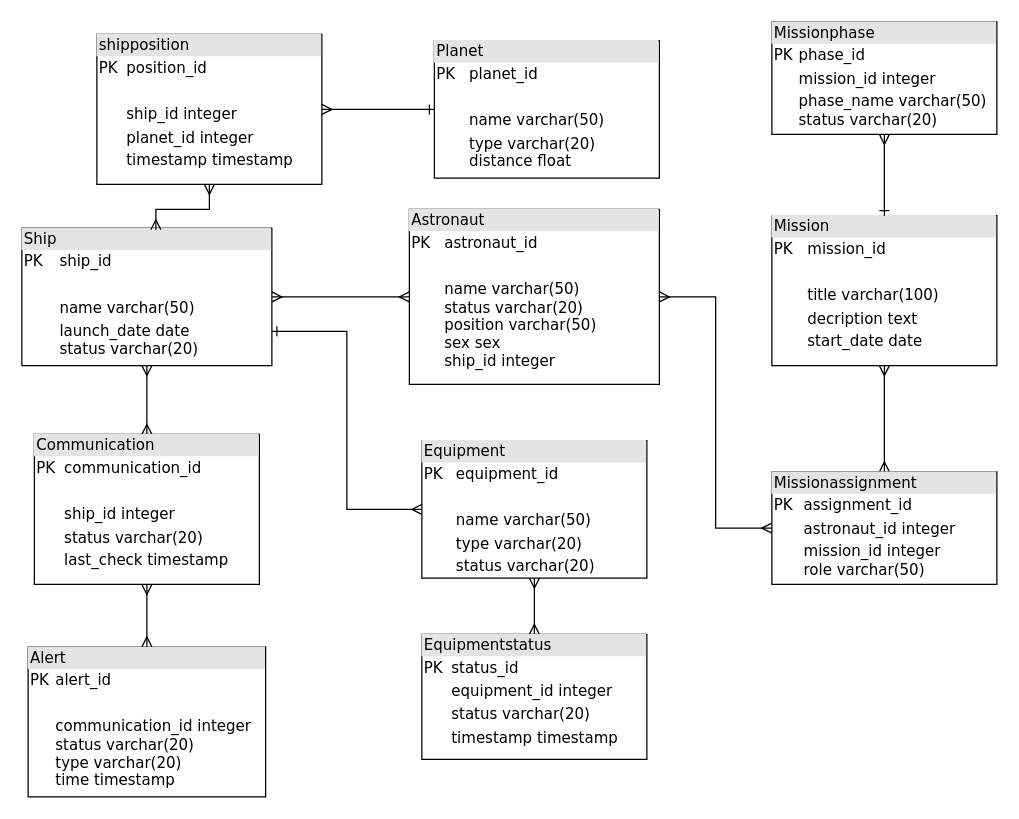
Before: Database/labs/lab1/数据图表1.drawio in ivanstylish/ITMO-Study-Note, a draw.io diagram. Source tidied: cells renumbered, new cells numbered last; positions are measured from the earlier drawing's top-left corner, leaving out a move shared by most shapes. Both pictures are drawn from the tidied source at 125%, with x=0, y=0 at pixel (21, 21).
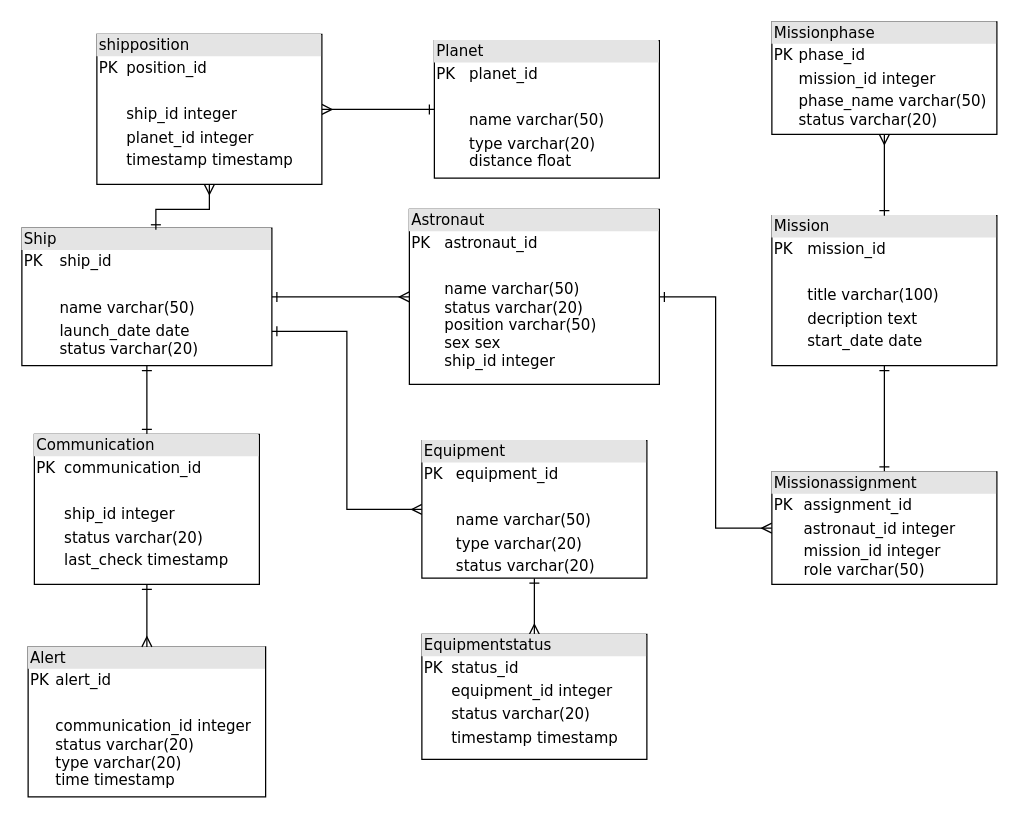
The same page after the edit.

Commit message:
更新数据图表1.drawio

The change refers to these unchanged cells:
```xml
<mxCell id="3" value="&lt;div style=&quot;box-sizing: border-box; width: 100%; background: rgb(228, 228, 228); padding: 2px;&quot;&gt;Astronaut&lt;/div&gt;&lt;table style=&quot;width:100%;font-size:1em;&quot; cellpadding=&quot;2&quot; cellspacing=&quot;0&quot;&gt;&lt;tbody&gt;&lt;tr&gt;&lt;td&gt;PK&lt;/td&gt;&lt;td&gt;astronaut_id&amp;nbsp;&lt;/td&gt;&lt;/tr&gt;&lt;tr&gt;&lt;td&gt;&lt;br&gt;&lt;/td&gt;&lt;td&gt;&lt;br&gt;&lt;/td&gt;&lt;/tr&gt;&lt;tr&gt;&lt;td&gt;&lt;/td&gt;&lt;td&gt;name varchar(50)&lt;br&gt;status varchar(20)&lt;br&gt;position varchar(50)&lt;br&gt;sex sex&lt;br&gt;ship_id integer&lt;/td&gt;&lt;/tr&gt;&lt;/tbody&gt;&lt;/table&gt;" style="verticalAlign=top;align=left;overflow=fill;html=1;rounded=0;shadow=0;comic=0;labelBackgroundColor=none;strokeWidth=1;fontFamily=Verdana;fontSize=12;" parent="1" vertex="1">
  <mxGeometry x="310" y="150" width="200" height="140" as="geometry" />
</mxCell>
<mxCell id="5" value="&lt;div style=&quot;box-sizing: border-box; width: 100%; background: rgb(228, 228, 228); padding: 2px;&quot;&gt;shipposition&lt;/div&gt;&lt;table style=&quot;width: 100% ; font-size: 1em&quot; cellpadding=&quot;2&quot; cellspacing=&quot;0&quot;&gt;&lt;tbody&gt;&lt;tr&gt;&lt;td&gt;PK&lt;/td&gt;&lt;td&gt;position_id&lt;/td&gt;&lt;/tr&gt;&lt;tr&gt;&lt;td&gt;&lt;br&gt;&lt;/td&gt;&lt;td&gt;&lt;br&gt;&lt;/td&gt;&lt;/tr&gt;&lt;tr&gt;&lt;td&gt;&lt;/td&gt;&lt;td&gt;ship_id integer&lt;/td&gt;&lt;/tr&gt;&lt;tr&gt;&lt;td&gt;&lt;br&gt;&lt;/td&gt;&lt;td&gt;planet_id integer&lt;/td&gt;&lt;/tr&gt;&lt;tr&gt;&lt;td&gt;&lt;br&gt;&lt;/td&gt;&lt;td&gt;timestamp timestamp&lt;/td&gt;&lt;/tr&gt;&lt;tr&gt;&lt;td&gt;&lt;br&gt;&lt;/td&gt;&lt;td&gt;&lt;br&gt;&lt;/td&gt;&lt;/tr&gt;&lt;/tbody&gt;&lt;/table&gt;" style="verticalAlign=top;align=left;overflow=fill;html=1;rounded=0;shadow=0;comic=0;labelBackgroundColor=none;strokeWidth=1;fontFamily=Verdana;fontSize=12;" parent="1" vertex="1">
  <mxGeometry x="60" y="10" width="180" height="120" as="geometry" />
</mxCell>
<mxCell id="10" value="&lt;div style=&quot;box-sizing: border-box; width: 100%; background: rgb(228, 228, 228); padding: 2px;&quot;&gt;Ship&lt;/div&gt;&lt;table style=&quot;width: 100% ; font-size: 1em&quot; cellpadding=&quot;2&quot; cellspacing=&quot;0&quot;&gt;&lt;tbody&gt;&lt;tr&gt;&lt;td&gt;PK&lt;/td&gt;&lt;td&gt;ship_id&amp;nbsp;&lt;/td&gt;&lt;/tr&gt;&lt;tr&gt;&lt;td&gt;&lt;/td&gt;&lt;td&gt;&lt;br&gt;&lt;/td&gt;&lt;/tr&gt;&lt;tr&gt;&lt;td&gt;&lt;/td&gt;&lt;td&gt;name varchar(50)&lt;/td&gt;&lt;/tr&gt;&lt;tr&gt;&lt;td&gt;&lt;br&gt;&lt;/td&gt;&lt;td&gt;launch_date date&lt;br&gt;status varchar(20)&lt;br&gt;&lt;/td&gt;&lt;/tr&gt;&lt;/tbody&gt;&lt;/table&gt;" style="verticalAlign=top;align=left;overflow=fill;html=1;rounded=0;shadow=0;comic=0;labelBackgroundColor=none;strokeWidth=1;fontFamily=Verdana;fontSize=12;" parent="1" vertex="1">
  <mxGeometry y="165" width="200" height="110" as="geometry" />
</mxCell>
<mxCell id="11" value="&lt;div style=&quot;box-sizing: border-box; width: 100%; background: rgb(228, 228, 228); padding: 2px;&quot;&gt;Alert&lt;/div&gt;&lt;table style=&quot;width:100%;font-size:1em;&quot; cellpadding=&quot;2&quot; cellspacing=&quot;0&quot;&gt;&lt;tbody&gt;&lt;tr&gt;&lt;td&gt;PK&lt;/td&gt;&lt;td&gt;alert_id&lt;/td&gt;&lt;/tr&gt;&lt;tr&gt;&lt;td&gt;&lt;br&gt;&lt;/td&gt;&lt;td&gt;&lt;br&gt;&lt;/td&gt;&lt;/tr&gt;&lt;tr&gt;&lt;td&gt;&lt;/td&gt;&lt;td&gt;communication_id integer&lt;br&gt;status varchar(20)&lt;br&gt;type varchar(20)&lt;br&gt;time timestamp&lt;/td&gt;&lt;/tr&gt;&lt;/tbody&gt;&lt;/table&gt;" style="verticalAlign=top;align=left;overflow=fill;html=1;rounded=0;shadow=0;comic=0;labelBackgroundColor=none;strokeWidth=1;fontFamily=Verdana;fontSize=12;" parent="1" vertex="1">
  <mxGeometry x="5" y="500" width="190" height="120" as="geometry" />
</mxCell>
<mxCell id="13" value="&lt;div style=&quot;box-sizing: border-box; width: 100%; background: rgb(228, 228, 228); padding: 2px;&quot;&gt;Equipment&lt;/div&gt;&lt;table style=&quot;width: 100% ; font-size: 1em&quot; cellpadding=&quot;2&quot; cellspacing=&quot;0&quot;&gt;&lt;tbody&gt;&lt;tr&gt;&lt;td&gt;PK&lt;/td&gt;&lt;td&gt;equipment_id&lt;/td&gt;&lt;/tr&gt;&lt;tr&gt;&lt;td&gt;&lt;br&gt;&lt;/td&gt;&lt;td&gt;&lt;br&gt;&lt;/td&gt;&lt;/tr&gt;&lt;tr&gt;&lt;td&gt;&lt;/td&gt;&lt;td&gt;name varchar(50)&lt;/td&gt;&lt;/tr&gt;&lt;tr&gt;&lt;td&gt;&lt;br&gt;&lt;/td&gt;&lt;td&gt;type varchar(20)&lt;/td&gt;&lt;/tr&gt;&lt;tr&gt;&lt;td&gt;&lt;br&gt;&lt;/td&gt;&lt;td&gt;status varchar(20)&lt;/td&gt;&lt;/tr&gt;&lt;/tbody&gt;&lt;/table&gt;" style="verticalAlign=top;align=left;overflow=fill;html=1;rounded=0;shadow=0;comic=0;labelBackgroundColor=none;strokeWidth=1;fontFamily=Verdana;fontSize=12;" parent="1" vertex="1">
  <mxGeometry x="320" y="335" width="180" height="110" as="geometry" />
</mxCell>
<mxCell id="15" value="&lt;div style=&quot;box-sizing: border-box; width: 100%; background: rgb(228, 228, 228); padding: 2px;&quot;&gt;Mission&lt;/div&gt;&lt;table style=&quot;width: 100% ; font-size: 1em&quot; cellpadding=&quot;2&quot; cellspacing=&quot;0&quot;&gt;&lt;tbody&gt;&lt;tr&gt;&lt;td&gt;PK&lt;/td&gt;&lt;td&gt;mission_id&lt;/td&gt;&lt;/tr&gt;&lt;tr&gt;&lt;td&gt;&lt;br&gt;&lt;/td&gt;&lt;td&gt;&lt;br&gt;&lt;/td&gt;&lt;/tr&gt;&lt;tr&gt;&lt;td&gt;&lt;/td&gt;&lt;td&gt;title varchar(100)&lt;/td&gt;&lt;/tr&gt;&lt;tr&gt;&lt;td&gt;&lt;br&gt;&lt;/td&gt;&lt;td&gt;decription text&lt;/td&gt;&lt;/tr&gt;&lt;tr&gt;&lt;td&gt;&lt;br&gt;&lt;/td&gt;&lt;td&gt;start_date date&lt;/td&gt;&lt;/tr&gt;&lt;tr&gt;&lt;td&gt;&lt;/td&gt;&lt;td&gt;&lt;br&gt;&lt;/td&gt;&lt;/tr&gt;&lt;/tbody&gt;&lt;/table&gt;" style="verticalAlign=top;align=left;overflow=fill;html=1;rounded=0;shadow=0;comic=0;labelBackgroundColor=none;strokeWidth=1;fontFamily=Verdana;fontSize=12;" parent="1" vertex="1">
  <mxGeometry x="600" y="155" width="180" height="120" as="geometry" />
</mxCell>
<mxCell id="18" value="&lt;div style=&quot;box-sizing: border-box; width: 100%; background: rgb(228, 228, 228); padding: 2px;&quot;&gt;Equipmentstatus&lt;/div&gt;&lt;table style=&quot;width: 100% ; font-size: 1em&quot; cellpadding=&quot;2&quot; cellspacing=&quot;0&quot;&gt;&lt;tbody&gt;&lt;tr&gt;&lt;td&gt;PK&lt;/td&gt;&lt;td&gt;status_id&amp;nbsp;&lt;/td&gt;&lt;/tr&gt;&lt;tr&gt;&lt;td&gt;&lt;br&gt;&lt;/td&gt;&lt;td&gt;equipment_id integer&lt;/td&gt;&lt;/tr&gt;&lt;tr&gt;&lt;td&gt;&lt;/td&gt;&lt;td&gt;status varchar(20)&lt;/td&gt;&lt;/tr&gt;&lt;tr&gt;&lt;td&gt;&lt;br&gt;&lt;/td&gt;&lt;td&gt;timestamp timestamp&lt;/td&gt;&lt;/tr&gt;&lt;tr&gt;&lt;td&gt;&lt;/td&gt;&lt;td&gt;&lt;br&gt;&lt;/td&gt;&lt;/tr&gt;&lt;/tbody&gt;&lt;/table&gt;" style="verticalAlign=top;align=left;overflow=fill;html=1;rounded=0;shadow=0;comic=0;labelBackgroundColor=none;strokeWidth=1;fontFamily=Verdana;fontSize=12;" parent="1" vertex="1">
  <mxGeometry x="320" y="490" width="180" height="100" as="geometry" />
</mxCell>
<mxCell id="19" value="&lt;div style=&quot;box-sizing: border-box; width: 100%; background: rgb(228, 228, 228); padding: 2px;&quot;&gt;Missionassignment&lt;/div&gt;&lt;table style=&quot;width:100%;font-size:1em;&quot; cellpadding=&quot;2&quot; cellspacing=&quot;0&quot;&gt;&lt;tbody&gt;&lt;tr&gt;&lt;td&gt;PK&lt;/td&gt;&lt;td&gt;assignment_id&lt;/td&gt;&lt;/tr&gt;&lt;tr&gt;&lt;td&gt;&lt;br&gt;&lt;/td&gt;&lt;td&gt;astronaut_id integer&lt;/td&gt;&lt;/tr&gt;&lt;tr&gt;&lt;td&gt;&lt;/td&gt;&lt;td&gt;mission_id integer&lt;br&gt;role varchar(50)&lt;/td&gt;&lt;/tr&gt;&lt;/tbody&gt;&lt;/table&gt;" style="verticalAlign=top;align=left;overflow=fill;html=1;rounded=0;shadow=0;comic=0;labelBackgroundColor=none;strokeWidth=1;fontFamily=Verdana;fontSize=12;" parent="1" vertex="1">
  <mxGeometry x="600" y="360" width="180" height="90" as="geometry" />
</mxCell>
<mxCell id="21" value="&lt;div style=&quot;box-sizing: border-box; width: 100%; background: rgb(228, 228, 228); padding: 2px;&quot;&gt;Communication&lt;/div&gt;&lt;table style=&quot;width: 100% ; font-size: 1em&quot; cellpadding=&quot;2&quot; cellspacing=&quot;0&quot;&gt;&lt;tbody&gt;&lt;tr&gt;&lt;td&gt;PK&lt;/td&gt;&lt;td&gt;communication_id&lt;/td&gt;&lt;/tr&gt;&lt;tr&gt;&lt;td&gt;&lt;br&gt;&lt;/td&gt;&lt;td&gt;&lt;br&gt;&lt;/td&gt;&lt;/tr&gt;&lt;tr&gt;&lt;td&gt;&lt;/td&gt;&lt;td&gt;ship_id integer&lt;/td&gt;&lt;/tr&gt;&lt;tr&gt;&lt;td&gt;&lt;br&gt;&lt;/td&gt;&lt;td&gt;status varchar(20)&lt;/td&gt;&lt;/tr&gt;&lt;tr&gt;&lt;td&gt;&lt;br&gt;&lt;/td&gt;&lt;td&gt;last_check timestamp&lt;/td&gt;&lt;/tr&gt;&lt;tr&gt;&lt;td&gt;&lt;br&gt;&lt;/td&gt;&lt;td&gt;&lt;br&gt;&lt;/td&gt;&lt;/tr&gt;&lt;/tbody&gt;&lt;/table&gt;" style="verticalAlign=top;align=left;overflow=fill;html=1;rounded=0;shadow=0;comic=0;labelBackgroundColor=none;strokeWidth=1;fontFamily=Verdana;fontSize=12;" parent="1" vertex="1">
  <mxGeometry x="10" y="330" width="180" height="120" as="geometry" />
</mxCell>
```

What changed in the source:
```diff
@@
-    <mxCell id="2" style="edgeStyle=orthogonalEdgeStyle;rounded=0;jettySize=auto;html=1;exitX=1;exitY=0.5;exitDx=0;exitDy=0;entryX=0;entryY=0.5;entryDx=0;entryDy=0;startArrow=ERmany;startFill=0;endArrow=ERmany;endFill=0;" parent="1" edge="1" source="3" target="19">
+    <mxCell id="2" style="edgeStyle=orthogonalEdgeStyle;rounded=0;jettySize=auto;html=1;exitX=1;exitY=0.5;exitDx=0;exitDy=0;entryX=0;entryY=0.5;entryDx=0;entryDy=0;startArrow=ERone;startFill=0;endArrow=ERmany;endFill=0;" parent="1" edge="1" source="3" target="19">
       <mxGeometry relative="1" as="geometry" />
     </mxCell>
@@
-    <mxCell id="7" style="edgeStyle=orthogonalEdgeStyle;rounded=0;jettySize=auto;html=1;exitX=1;exitY=0.5;exitDx=0;exitDy=0;entryX=0;entryY=0.5;entryDx=0;entryDy=0;startArrow=ERmany;startFill=0;endArrow=ERmany;endFill=0;" parent="1" edge="1" source="10" target="3">
+    <mxCell id="7" style="edgeStyle=orthogonalEdgeStyle;rounded=0;jettySize=auto;html=1;exitX=1;exitY=0.5;exitDx=0;exitDy=0;entryX=0;entryY=0.5;entryDx=0;entryDy=0;startArrow=ERone;startFill=0;endArrow=ERmany;endFill=0;" parent="1" edge="1" source="10" target="3">
       <mxGeometry relative="1" as="geometry" />
     </mxCell>
-    <mxCell id="8" style="edgeStyle=orthogonalEdgeStyle;rounded=0;jettySize=auto;html=1;exitX=0.5;exitY=1;exitDx=0;exitDy=0;entryX=0.5;entryY=0;entryDx=0;entryDy=0;startArrow=ERmany;startFill=0;endArrow=ERmany;endFill=0;" parent="1" edge="1" source="10" target="21">
+    <mxCell id="8" style="edgeStyle=orthogonalEdgeStyle;rounded=0;jettySize=auto;html=1;exitX=0.5;exitY=1;exitDx=0;exitDy=0;entryX=0.5;entryY=0;entryDx=0;entryDy=0;startArrow=ERone;startFill=0;endArrow=ERone;endFill=0;" parent="1" edge="1" source="10" target="21">
       <mxGeometry relative="1" as="geometry" />
     </mxCell>
@@
-    <mxCell id="12" style="edgeStyle=orthogonalEdgeStyle;rounded=0;jettySize=auto;html=1;exitX=0.5;exitY=1;exitDx=0;exitDy=0;startArrow=ERmany;startFill=0;endArrow=ERmany;endFill=0;" parent="1" edge="1" source="13" target="18">
+    <mxCell id="12" style="edgeStyle=orthogonalEdgeStyle;rounded=0;jettySize=auto;html=1;exitX=0.5;exitY=1;exitDx=0;exitDy=0;startArrow=ERone;startFill=0;endArrow=ERmany;endFill=0;" parent="1" edge="1" source="13" target="18">
       <mxGeometry relative="1" as="geometry" />
     </mxCell>
@@
-    <mxCell id="14" style="edgeStyle=orthogonalEdgeStyle;rounded=0;jettySize=auto;html=1;exitX=0.5;exitY=1;exitDx=0;exitDy=0;entryX=0.5;entryY=0;entryDx=0;entryDy=0;startArrow=ERmany;startFill=0;endArrow=ERmany;endFill=0;" parent="1" edge="1" source="15" target="19">
+    <mxCell id="14" style="edgeStyle=orthogonalEdgeStyle;rounded=0;jettySize=auto;html=1;exitX=0.5;exitY=1;exitDx=0;exitDy=0;entryX=0.5;entryY=0;entryDx=0;entryDy=0;startArrow=ERone;startFill=0;endArrow=ERone;endFill=0;" parent="1" edge="1" source="15" target="19">
       <mxGeometry relative="1" as="geometry" />
     </mxCell>
@@
-    <mxCell id="20" style="edgeStyle=orthogonalEdgeStyle;rounded=0;jettySize=auto;html=1;exitX=0.5;exitY=1;exitDx=0;exitDy=0;startArrow=ERmany;startFill=0;endArrow=ERmany;endFill=0;" parent="1" edge="1" source="21" target="11">
+    <mxCell id="20" style="edgeStyle=orthogonalEdgeStyle;rounded=0;jettySize=auto;html=1;exitX=0.5;exitY=1;exitDx=0;exitDy=0;startArrow=ERone;startFill=0;endArrow=ERmany;endFill=0;" parent="1" edge="1" source="21" target="11">
       <mxGeometry relative="1" as="geometry" />
     </mxCell>
@@
-    <mxCell id="22" style="edgeStyle=orthogonalEdgeStyle;rounded=0;jettySize=auto;html=1;exitX=0.5;exitY=1;exitDx=0;exitDy=0;entryX=0.536;entryY=0.012;entryDx=0;entryDy=0;entryPerimeter=0;startArrow=ERmany;startFill=0;endArrow=ERmany;endFill=0;" parent="1" edge="1" source="5" target="10">
+    <mxCell id="22" style="edgeStyle=orthogonalEdgeStyle;rounded=0;jettySize=auto;html=1;exitX=0.5;exitY=1;exitDx=0;exitDy=0;entryX=0.536;entryY=0.012;entryDx=0;entryDy=0;entryPerimeter=0;startArrow=ERmany;startFill=0;endArrow=ERone;endFill=0;" parent="1" edge="1" source="5" target="10">
       <mxGeometry relative="1" as="geometry" />
     </mxCell>
```
